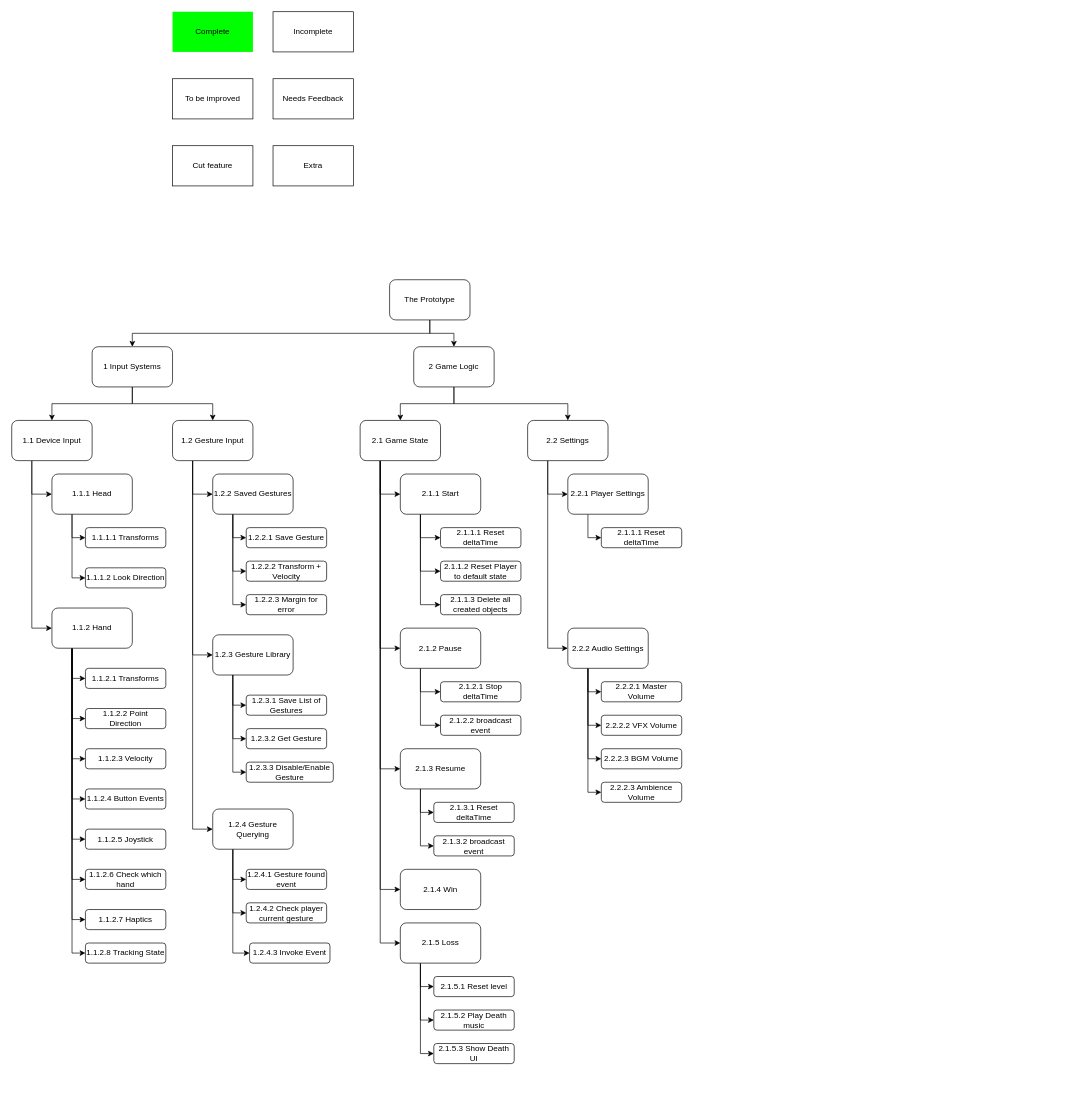
The draw.io diagram VRDiagrams.drawio in Afronomical/Avatar-VR-Game, before the edit. Source tidied: cells renumbered, new cells numbered last; positions are measured from the earlier drawing's top-left corner, leaving out a move shared by most shapes. Both pictures are drawn from the tidied source at 67%, with x=0, y=0 at pixel (11, 11).
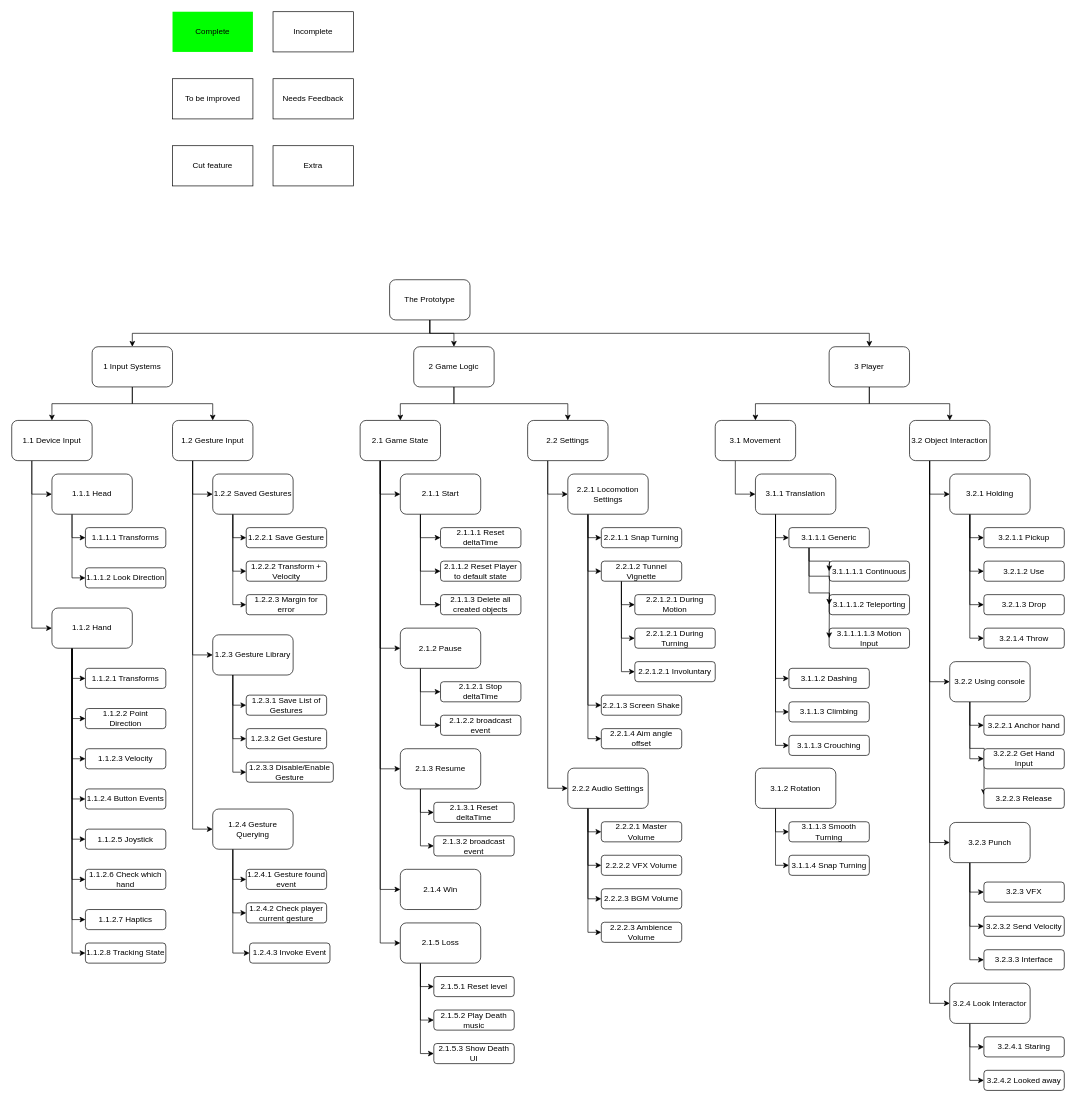
The same diagram, later.

Commit message:
WBS: Added Player

Unchanged cells that the change refers to:
```xml
<mxCell id="10" value="The Prototype" style="rounded=1;whiteSpace=wrap;html=1;" parent="1" vertex="1">
  <mxGeometry x="564" y="400" width="120" height="60" as="geometry" />
</mxCell>
<mxCell id="100" value="2.2 Settings" style="rounded=1;whiteSpace=wrap;html=1;" parent="1" vertex="1">
  <mxGeometry x="770" y="610" width="120" height="60" as="geometry" />
</mxCell>
```

Change to the diagram source:
```diff
@@
+    <mxCell id="113" style="edgeStyle=orthogonalEdgeStyle;rounded=0;jettySize=auto;html=1;exitX=0.5;exitY=1;exitDx=0;exitDy=0;" parent="1" edge="1" source="10" target="132">
+      <mxGeometry relative="1" as="geometry" />
+    </mxCell>
@@
-    <mxCell id="98" style="edgeStyle=orthogonalEdgeStyle;rounded=0;jettySize=auto;html=1;exitX=0.25;exitY=1;exitDx=0;exitDy=0;entryX=0;entryY=0.5;entryDx=0;entryDy=0;" parent="1" edge="1" source="100" target="102">
-      <mxGeometry relative="1" as="geometry" />
-    </mxCell>
@@
+    <mxCell id="114" style="edgeStyle=orthogonalEdgeStyle;rounded=0;jettySize=auto;html=1;exitX=0.25;exitY=1;exitDx=0;exitDy=0;entryX=0;entryY=0.5;entryDx=0;entryDy=0;" parent="1" edge="1" source="100" target="119">
+      <mxGeometry relative="1" as="geometry" />
+    </mxCell>
@@
-    <mxCell id="101" style="edgeStyle=orthogonalEdgeStyle;rounded=0;jettySize=auto;html=1;exitX=0.25;exitY=1;exitDx=0;exitDy=0;entryX=0;entryY=0.5;entryDx=0;entryDy=0;" parent="1" edge="1" source="102" target="103">
-      <mxGeometry relative="1" as="geometry" />
+    <mxCell id="101" style="edgeStyle=orthogonalEdgeStyle;rounded=0;orthogonalLoop=1;jettySize=auto;html=1;exitX=0.25;exitY=1;exitDx=0;exitDy=0;entryX=0;entryY=0.5;entryDx=0;entryDy=0;" parent="1" edge="1">
+      <mxGeometry relative="1" as="geometry">
+        <mxPoint x="860" y="750" as="sourcePoint" />
+      </mxGeometry>
     </mxCell>
-    <mxCell id="102" value="2.2.1 Player Settings" style="rounded=1;whiteSpace=wrap;html=1;" parent="1" vertex="1">
-      <mxGeometry x="830" y="690" width="120" height="60" as="geometry" />
-    </mxCell>
-    <mxCell id="103" value="2.1.1.1 Reset deltaTime" style="rounded=1;whiteSpace=wrap;html=1;" parent="1" vertex="1">
-      <mxGeometry x="880" y="770" width="120" height="30" as="geometry" />
-    </mxCell>
@@
     <mxCell id="108" value="2.2.2 Audio Settings" style="rounded=1;whiteSpace=wrap;html=1;" parent="1" vertex="1">
-      <mxGeometry x="830" y="920" width="120" height="60" as="geometry" />
+      <mxGeometry x="830" y="1129" width="120" height="60" as="geometry" />
     </mxCell>
     <mxCell id="109" value="2.2.2.1 Master Volume" style="rounded=1;whiteSpace=wrap;html=1;" parent="1" vertex="1">
-      <mxGeometry x="880" y="1000" width="120" height="30" as="geometry" />
+      <mxGeometry x="880" y="1209" width="120" height="30" as="geometry" />
     </mxCell>
     <mxCell id="110" value="2.2.2.2 VFX Volume" style="rounded=1;whiteSpace=wrap;html=1;" parent="1" vertex="1">
-      <mxGeometry x="880" y="1050" width="120" height="30" as="geometry" />
+      <mxGeometry x="880" y="1259" width="120" height="30" as="geometry" />
     </mxCell>
     <mxCell id="111" value="2.2.2.3 BGM Volume" style="rounded=1;whiteSpace=wrap;html=1;" parent="1" vertex="1">
-      <mxGeometry x="880" y="1100" width="120" height="30" as="geometry" />
+      <mxGeometry x="880" y="1309" width="120" height="30" as="geometry" />
     </mxCell>
     <mxCell id="112" value="2.2.2.3 Ambience Volume" style="rounded=1;whiteSpace=wrap;html=1;" parent="1" vertex="1">
-      <mxGeometry x="880" y="1150" width="120" height="30" as="geometry" />
+      <mxGeometry x="880" y="1359" width="120" height="30" as="geometry" />
     </mxCell>
+    <mxCell id="115" style="edgeStyle=orthogonalEdgeStyle;rounded=0;jettySize=auto;html=1;exitX=0.25;exitY=1;exitDx=0;exitDy=0;entryX=0;entryY=0.5;entryDx=0;entryDy=0;" parent="1" edge="1" source="119" target="120">
+      <mxGeometry relative="1" as="geometry" />
+    </mxCell>
+    <mxCell id="116" style="edgeStyle=orthogonalEdgeStyle;rounded=0;jettySize=auto;html=1;exitX=0.25;exitY=1;exitDx=0;exitDy=0;entryX=0;entryY=0.5;entryDx=0;entryDy=0;" parent="1" edge="1" source="119" target="124">
+      <mxGeometry relative="1" as="geometry" />
+    </mxCell>
+    <mxCell id="117" style="edgeStyle=orthogonalEdgeStyle;rounded=0;jettySize=auto;html=1;exitX=0.25;exitY=1;exitDx=0;exitDy=0;entryX=0;entryY=0.5;entryDx=0;entryDy=0;" parent="1" edge="1" source="119" target="128">
+      <mxGeometry relative="1" as="geometry" />
+    </mxCell>
+    <mxCell id="118" style="edgeStyle=orthogonalEdgeStyle;rounded=0;jettySize=auto;html=1;exitX=0.25;exitY=1;exitDx=0;exitDy=0;entryX=0;entryY=0.5;entryDx=0;entryDy=0;" parent="1" edge="1" source="119" target="129">
+      <mxGeometry relative="1" as="geometry" />
+    </mxCell>
+    <mxCell id="119" value="2.2.1 Locomotion Settings" style="rounded=1;whiteSpace=wrap;html=1;" parent="1" vertex="1">
+      <mxGeometry x="830" y="690" width="120" height="60" as="geometry" />
+    </mxCell>
+    <mxCell id="120" value="2.2.1.1 Snap Turning" style="rounded=1;whiteSpace=wrap;html=1;" parent="1" vertex="1">
+      <mxGeometry x="880" y="770" width="120" height="30" as="geometry" />
+    </mxCell>
+    <mxCell id="121" style="edgeStyle=orthogonalEdgeStyle;rounded=0;jettySize=auto;html=1;exitX=0.25;exitY=1;exitDx=0;exitDy=0;entryX=0;entryY=0.5;entryDx=0;entryDy=0;" parent="1" edge="1" source="124" target="125">
+      <mxGeometry relative="1" as="geometry" />
+    </mxCell>
+    <mxCell id="122" style="edgeStyle=orthogonalEdgeStyle;rounded=0;jettySize=auto;html=1;exitX=0.25;exitY=1;exitDx=0;exitDy=0;entryX=0;entryY=0.5;entryDx=0;entryDy=0;" parent="1" edge="1" source="124" target="126">
+      <mxGeometry relative="1" as="geometry" />
+    </mxCell>
+    <mxCell id="123" style="edgeStyle=orthogonalEdgeStyle;rounded=0;jettySize=auto;html=1;exitX=0.25;exitY=1;exitDx=0;exitDy=0;entryX=0;entryY=0.5;entryDx=0;entryDy=0;" parent="1" edge="1" source="124" target="127">
+      <mxGeometry relative="1" as="geometry" />
+    </mxCell>
+    <mxCell id="124" value="2.2.1.2 Tunnel Vignette" style="rounded=1;whiteSpace=wrap;html=1;" parent="1" vertex="1">
+      <mxGeometry x="880" y="820" width="120" height="30" as="geometry" />
+    </mxCell>
+    <mxCell id="125" value="2.2.1.2.1 During Motion" style="rounded=1;whiteSpace=wrap;html=1;" parent="1" vertex="1">
+      <mxGeometry x="930" y="870" width="120" height="30" as="geometry" />
+    </mxCell>
+    <mxCell id="126" value="2.2.1.2.1 During Turning" style="rounded=1;whiteSpace=wrap;html=1;" parent="1" vertex="1">
+      <mxGeometry x="930" y="920" width="120" height="30" as="geometry" />
+    </mxCell>
+    <mxCell id="127" value="2.2.1.2.1 Involuntary" style="rounded=1;whiteSpace=wrap;html=1;" parent="1" vertex="1">
+      <mxGeometry x="930" y="970" width="120" height="30" as="geometry" />
+    </mxCell>
+    <mxCell id="128" value="2.2.1.3 Screen Shake" style="rounded=1;whiteSpace=wrap;html=1;" parent="1" vertex="1">
+      <mxGeometry x="880" y="1020" width="120" height="30" as="geometry" />
+    </mxCell>
+    <mxCell id="129" value="2.2.1.4 Aim angle offset" style="rounded=1;whiteSpace=wrap;html=1;" parent="1" vertex="1">
+      <mxGeometry x="880" y="1070" width="120" height="30" as="geometry" />
+    </mxCell>
+    <mxCell id="130" style="edgeStyle=orthogonalEdgeStyle;rounded=0;jettySize=auto;html=1;exitX=0.5;exitY=1;exitDx=0;exitDy=0;entryX=0.5;entryY=0;entryDx=0;entryDy=0;" parent="1" edge="1" source="132" target="134">
+      <mxGeometry relative="1" as="geometry" />
+    </mxCell>
+    <mxCell id="131" style="edgeStyle=orthogonalEdgeStyle;rounded=0;jettySize=auto;html=1;exitX=0.5;exitY=1;exitDx=0;exitDy=0;entryX=0.5;entryY=0;entryDx=0;entryDy=0;" parent="1" edge="1" source="132" target="159">
+      <mxGeometry relative="1" as="geometry" />
+    </mxCell>
+    <mxCell id="132" value="3 Player" style="rounded=1;whiteSpace=wrap;html=1;" parent="1" vertex="1">
+      <mxGeometry x="1220" y="500" width="120" height="60" as="geometry" />
+    </mxCell>
+    <mxCell id="133" style="edgeStyle=orthogonalEdgeStyle;rounded=0;jettySize=auto;html=1;exitX=0.25;exitY=1;exitDx=0;exitDy=0;entryX=0;entryY=0.5;entryDx=0;entryDy=0;" parent="1" edge="1" source="134" target="139">
+      <mxGeometry relative="1" as="geometry" />
+    </mxCell>
+    <mxCell id="134" value="3.1 Movement" style="rounded=1;whiteSpace=wrap;html=1;" parent="1" vertex="1">
+      <mxGeometry x="1050" y="610" width="120" height="60" as="geometry" />
+    </mxCell>
+    <mxCell id="135" style="edgeStyle=orthogonalEdgeStyle;rounded=0;jettySize=auto;html=1;exitX=0.25;exitY=1;exitDx=0;exitDy=0;entryX=0;entryY=0.5;entryDx=0;entryDy=0;" parent="1" edge="1" source="139" target="146">
+      <mxGeometry relative="1" as="geometry" />
+    </mxCell>
+    <mxCell id="136" style="edgeStyle=orthogonalEdgeStyle;rounded=0;jettySize=auto;html=1;exitX=0.25;exitY=1;exitDx=0;exitDy=0;entryX=0;entryY=0.5;entryDx=0;entryDy=0;" parent="1" edge="1" source="139" target="147">
+      <mxGeometry relative="1" as="geometry" />
+    </mxCell>
+    <mxCell id="137" style="edgeStyle=orthogonalEdgeStyle;rounded=0;jettySize=auto;html=1;exitX=0.25;exitY=1;exitDx=0;exitDy=0;entryX=0;entryY=0.5;entryDx=0;entryDy=0;" parent="1" edge="1" source="139" target="148">
+      <mxGeometry relative="1" as="geometry" />
+    </mxCell>
+    <mxCell id="138" style="edgeStyle=orthogonalEdgeStyle;rounded=0;jettySize=auto;html=1;exitX=0.25;exitY=1;exitDx=0;exitDy=0;entryX=0;entryY=0.5;entryDx=0;entryDy=0;" parent="1" edge="1" source="139" target="149">
+      <mxGeometry relative="1" as="geometry" />
+    </mxCell>
+    <mxCell id="139" value="3.1.1 Translation" style="rounded=1;whiteSpace=wrap;html=1;" parent="1" vertex="1">
+      <mxGeometry x="1110" y="690" width="120" height="60" as="geometry" />
+    </mxCell>
+    <mxCell id="140" value="3.1.1.1.1 Continuous" style="rounded=1;whiteSpace=wrap;html=1;" parent="1" vertex="1">
+      <mxGeometry x="1220" y="820" width="120" height="30" as="geometry" />
+    </mxCell>
+    <mxCell id="141" value="3.1.1.1.2 Teleporting" style="rounded=1;whiteSpace=wrap;html=1;" parent="1" vertex="1">
+      <mxGeometry x="1220" y="870" width="120" height="30" as="geometry" />
+    </mxCell>
+    <mxCell id="142" value="3.1.1.1.1.3 Motion Input" style="rounded=1;whiteSpace=wrap;html=1;" parent="1" vertex="1">
+      <mxGeometry x="1220" y="920" width="120" height="30" as="geometry" />
+    </mxCell>
+    <mxCell id="143" style="edgeStyle=orthogonalEdgeStyle;rounded=0;jettySize=auto;html=1;exitX=0.25;exitY=1;exitDx=0;exitDy=0;entryX=0;entryY=0.5;entryDx=0;entryDy=0;" parent="1" edge="1" source="146">
+      <mxGeometry relative="1" as="geometry">
+        <mxPoint x="1220" y="835" as="targetPoint" />
+      </mxGeometry>
+    </mxCell>
+    <mxCell id="144" style="edgeStyle=orthogonalEdgeStyle;rounded=0;jettySize=auto;html=1;exitX=0.25;exitY=1;exitDx=0;exitDy=0;entryX=0;entryY=0.5;entryDx=0;entryDy=0;" parent="1" edge="1" source="146">
+      <mxGeometry relative="1" as="geometry">
+        <mxPoint x="1220" y="885" as="targetPoint" />
+      </mxGeometry>
+    </mxCell>
+    <mxCell id="145" style="edgeStyle=orthogonalEdgeStyle;rounded=0;jettySize=auto;html=1;exitX=0.25;exitY=1;exitDx=0;exitDy=0;entryX=0;entryY=0.5;entryDx=0;entryDy=0;" parent="1" edge="1" source="146">
+      <mxGeometry relative="1" as="geometry">
+        <mxPoint x="1220" y="935" as="targetPoint" />
+      </mxGeometry>
+    </mxCell>
+    <mxCell id="146" value="3.1.1.1 Generic" style="rounded=1;whiteSpace=wrap;html=1;" parent="1" vertex="1">
+      <mxGeometry x="1160" y="770" width="120" height="30" as="geometry" />
+    </mxCell>
+    <mxCell id="147" value="3.1.1.2 Dashing" style="rounded=1;whiteSpace=wrap;html=1;" parent="1" vertex="1">
+      <mxGeometry x="1160" y="980" width="120" height="30" as="geometry" />
+    </mxCell>
+    <mxCell id="148" value="3.1.1.3 Climbing" style="rounded=1;whiteSpace=wrap;html=1;" parent="1" vertex="1">
+      <mxGeometry x="1160" y="1030" width="120" height="30" as="geometry" />
+    </mxCell>
+    <mxCell id="149" value="3.1.1.3 Crouching" style="rounded=1;whiteSpace=wrap;html=1;" parent="1" vertex="1">
+      <mxGeometry x="1160" y="1080" width="120" height="30" as="geometry" />
+    </mxCell>
+    <mxCell id="150" style="edgeStyle=orthogonalEdgeStyle;rounded=0;jettySize=auto;html=1;exitX=0.25;exitY=1;exitDx=0;exitDy=0;entryX=0;entryY=0.5;entryDx=0;entryDy=0;" parent="1" edge="1" source="152" target="153">
+      <mxGeometry relative="1" as="geometry" />
+    </mxCell>
+    <mxCell id="151" style="edgeStyle=orthogonalEdgeStyle;rounded=0;jettySize=auto;html=1;exitX=0.25;exitY=1;exitDx=0;exitDy=0;entryX=0;entryY=0.5;entryDx=0;entryDy=0;" parent="1" edge="1" source="152" target="154">
+      <mxGeometry relative="1" as="geometry" />
+    </mxCell>
+    <mxCell id="152" value="3.1.2 Rotation" style="rounded=1;whiteSpace=wrap;html=1;" parent="1" vertex="1">
+      <mxGeometry x="1110" y="1129" width="120" height="60" as="geometry" />
+    </mxCell>
+    <mxCell id="153" value="3.1.1.3 Smooth Turning" style="rounded=1;whiteSpace=wrap;html=1;" parent="1" vertex="1">
+      <mxGeometry x="1160" y="1209" width="120" height="30" as="geometry" />
+    </mxCell>
+    <mxCell id="154" value="3.1.1.4 Snap Turning" style="rounded=1;whiteSpace=wrap;html=1;" parent="1" vertex="1">
+      <mxGeometry x="1160" y="1259" width="120" height="30" as="geometry" />
+    </mxCell>
+    <mxCell id="155" style="edgeStyle=orthogonalEdgeStyle;rounded=0;jettySize=auto;html=1;exitX=0.25;exitY=1;exitDx=0;exitDy=0;entryX=0;entryY=0.5;entryDx=0;entryDy=0;" parent="1" edge="1" source="159" target="164">
+      <mxGeometry relative="1" as="geometry" />
+    </mxCell>
+    <mxCell id="156" style="edgeStyle=orthogonalEdgeStyle;rounded=0;jettySize=auto;html=1;exitX=0.25;exitY=1;exitDx=0;exitDy=0;entryX=0;entryY=0.5;entryDx=0;entryDy=0;" parent="1" edge="1" source="159" target="172">
+      <mxGeometry relative="1" as="geometry" />
+    </mxCell>
+    <mxCell id="157" style="edgeStyle=orthogonalEdgeStyle;rounded=0;jettySize=auto;html=1;exitX=0.25;exitY=1;exitDx=0;exitDy=0;entryX=0;entryY=0.5;entryDx=0;entryDy=0;" parent="1" edge="1" source="159" target="179">
+      <mxGeometry relative="1" as="geometry" />
+    </mxCell>
+    <mxCell id="158" style="edgeStyle=orthogonalEdgeStyle;rounded=0;jettySize=auto;html=1;exitX=0.25;exitY=1;exitDx=0;exitDy=0;entryX=0;entryY=0.5;entryDx=0;entryDy=0;" parent="1" edge="1" source="159" target="185">
+      <mxGeometry relative="1" as="geometry" />
+    </mxCell>
+    <mxCell id="159" value="3.2 Object Interaction" style="rounded=1;whiteSpace=wrap;html=1;" parent="1" vertex="1">
+      <mxGeometry x="1340" y="610" width="120" height="60" as="geometry" />
+    </mxCell>
+    <mxCell id="160" style="edgeStyle=orthogonalEdgeStyle;rounded=0;jettySize=auto;html=1;exitX=0.25;exitY=1;exitDx=0;exitDy=0;entryX=0;entryY=0.5;entryDx=0;entryDy=0;" parent="1" edge="1" source="164" target="165">
+      <mxGeometry relative="1" as="geometry" />
+    </mxCell>
+    <mxCell id="161" style="edgeStyle=orthogonalEdgeStyle;rounded=0;jettySize=auto;html=1;exitX=0.25;exitY=1;exitDx=0;exitDy=0;entryX=0;entryY=0.5;entryDx=0;entryDy=0;" parent="1" edge="1" source="164" target="166">
+      <mxGeometry relative="1" as="geometry" />
+    </mxCell>
+    <mxCell id="162" style="edgeStyle=orthogonalEdgeStyle;rounded=0;jettySize=auto;html=1;exitX=0.25;exitY=1;exitDx=0;exitDy=0;entryX=0;entryY=0.5;entryDx=0;entryDy=0;" parent="1" edge="1" source="164" target="167">
+      <mxGeometry relative="1" as="geometry" />
+    </mxCell>
+    <mxCell id="163" style="edgeStyle=orthogonalEdgeStyle;rounded=0;jettySize=auto;html=1;exitX=0.25;exitY=1;exitDx=0;exitDy=0;entryX=0;entryY=0.5;entryDx=0;entryDy=0;" parent="1" edge="1" source="164" target="168">
+      <mxGeometry relative="1" as="geometry" />
+    </mxCell>
+    <mxCell id="164" value="3.2.1 Holding" style="rounded=1;whiteSpace=wrap;html=1;" parent="1" vertex="1">
+      <mxGeometry x="1400" y="690" width="120" height="60" as="geometry" />
+    </mxCell>
+    <mxCell id="165" value="3.2.1.1 Pickup" style="rounded=1;whiteSpace=wrap;html=1;" parent="1" vertex="1">
+      <mxGeometry x="1451" y="770" width="120" height="30" as="geometry" />
+    </mxCell>
+    <mxCell id="166" value="3.2.1.2 Use" style="rounded=1;whiteSpace=wrap;html=1;" parent="1" vertex="1">
+      <mxGeometry x="1451" y="820" width="120" height="30" as="geometry" />
+    </mxCell>
+    <mxCell id="167" value="3.2.1.3 Drop" style="rounded=1;whiteSpace=wrap;html=1;" parent="1" vertex="1">
+      <mxGeometry x="1451" y="870" width="120" height="30" as="geometry" />
+    </mxCell>
+    <mxCell id="168" value="3.2.1.4 Throw" style="rounded=1;whiteSpace=wrap;html=1;" parent="1" vertex="1">
+      <mxGeometry x="1451" y="920" width="120" height="30" as="geometry" />
+    </mxCell>
+    <mxCell id="169" style="edgeStyle=orthogonalEdgeStyle;rounded=0;jettySize=auto;html=1;exitX=0.25;exitY=1;exitDx=0;exitDy=0;entryX=0;entryY=0.5;entryDx=0;entryDy=0;" parent="1" edge="1" source="172" target="173">
+      <mxGeometry relative="1" as="geometry" />
+    </mxCell>
+    <mxCell id="170" style="edgeStyle=orthogonalEdgeStyle;rounded=0;jettySize=auto;html=1;exitX=0.25;exitY=1;exitDx=0;exitDy=0;entryX=0;entryY=0.5;entryDx=0;entryDy=0;" parent="1" edge="1" source="172" target="174">
+      <mxGeometry relative="1" as="geometry" />
+    </mxCell>
+    <mxCell id="171" style="edgeStyle=orthogonalEdgeStyle;rounded=0;jettySize=auto;html=1;exitX=0.25;exitY=1;exitDx=0;exitDy=0;entryX=0;entryY=0.5;entryDx=0;entryDy=0;" parent="1" edge="1" source="172">
+      <mxGeometry relative="1" as="geometry">
+        <mxPoint x="1451" y="1169" as="targetPoint" />
+      </mxGeometry>
+    </mxCell>
+    <mxCell id="172" value="3.2.2 Using console" style="rounded=1;whiteSpace=wrap;html=1;" parent="1" vertex="1">
+      <mxGeometry x="1400" y="970" width="120" height="60" as="geometry" />
+    </mxCell>
+    <mxCell id="173" value="3.2.2.1 Anchor hand" style="rounded=1;whiteSpace=wrap;html=1;" parent="1" vertex="1">
+      <mxGeometry x="1451" y="1050" width="120" height="30" as="geometry" />
+    </mxCell>
+    <mxCell id="174" value="3.2.2.2 Get Hand Input" style="rounded=1;whiteSpace=wrap;html=1;" parent="1" vertex="1">
+      <mxGeometry x="1451" y="1100" width="120" height="30" as="geometry" />
+    </mxCell>
+    <mxCell id="175" value="3.2.2.3 Release" style="rounded=1;whiteSpace=wrap;html=1;" parent="1" vertex="1">
+      <mxGeometry x="1451" y="1159" width="120" height="30" as="geometry" />
+    </mxCell>
+    <mxCell id="176" style="edgeStyle=orthogonalEdgeStyle;rounded=0;jettySize=auto;html=1;exitX=0.25;exitY=1;exitDx=0;exitDy=0;entryX=0;entryY=0.5;entryDx=0;entryDy=0;" parent="1" edge="1" source="179" target="180">
+      <mxGeometry relative="1" as="geometry" />
+    </mxCell>
+    <mxCell id="177" style="edgeStyle=orthogonalEdgeStyle;rounded=0;jettySize=auto;html=1;exitX=0.25;exitY=1;exitDx=0;exitDy=0;entryX=0;entryY=0.5;entryDx=0;entryDy=0;" parent="1" edge="1" source="179" target="181">
+      <mxGeometry relative="1" as="geometry" />
+    </mxCell>
+    <mxCell id="178" style="edgeStyle=orthogonalEdgeStyle;rounded=0;jettySize=auto;html=1;exitX=0.25;exitY=1;exitDx=0;exitDy=0;entryX=0;entryY=0.5;entryDx=0;entryDy=0;" parent="1" edge="1" source="179" target="182">
+      <mxGeometry relative="1" as="geometry" />
+    </mxCell>
+    <mxCell id="179" value="3.2.3 Punch" style="rounded=1;whiteSpace=wrap;html=1;" parent="1" vertex="1">
+      <mxGeometry x="1400" y="1210" width="120" height="60" as="geometry" />
+    </mxCell>
+    <mxCell id="180" value="3.2.3 VFX" style="rounded=1;whiteSpace=wrap;html=1;" parent="1" vertex="1">
+      <mxGeometry x="1451" y="1299" width="120" height="30" as="geometry" />
+    </mxCell>
+    <mxCell id="181" value="3.2.3.2 Send Velocity" style="rounded=1;whiteSpace=wrap;html=1;" parent="1" vertex="1">
+      <mxGeometry x="1451" y="1350" width="120" height="30" as="geometry" />
+    </mxCell>
+    <mxCell id="182" value="3.2.3.3 Interface" style="rounded=1;whiteSpace=wrap;html=1;" parent="1" vertex="1">
+      <mxGeometry x="1451" y="1400" width="120" height="30" as="geometry" />
+    </mxCell>
+    <mxCell id="183" style="edgeStyle=orthogonalEdgeStyle;rounded=0;jettySize=auto;html=1;exitX=0.25;exitY=1;exitDx=0;exitDy=0;entryX=0;entryY=0.5;entryDx=0;entryDy=0;" parent="1" edge="1" source="185" target="186">
+      <mxGeometry relative="1" as="geometry" />
+    </mxCell>
+    <mxCell id="184" style="edgeStyle=orthogonalEdgeStyle;rounded=0;jettySize=auto;html=1;exitX=0.25;exitY=1;exitDx=0;exitDy=0;entryX=0;entryY=0.5;entryDx=0;entryDy=0;" parent="1" edge="1" source="185" target="187">
+      <mxGeometry relative="1" as="geometry" />
+    </mxCell>
+    <mxCell id="185" value="3.2.4 Look Interactor" style="rounded=1;whiteSpace=wrap;html=1;" parent="1" vertex="1">
+      <mxGeometry x="1400" y="1450" width="120" height="60" as="geometry" />
+    </mxCell>
+    <mxCell id="186" value="3.2.4.1 Staring" style="rounded=1;whiteSpace=wrap;html=1;" parent="1" vertex="1">
+      <mxGeometry x="1451" y="1530" width="120" height="30" as="geometry" />
+    </mxCell>
+    <mxCell id="187" value="3.2.4.2 Looked away" style="rounded=1;whiteSpace=wrap;html=1;" parent="1" vertex="1">
+      <mxGeometry x="1451" y="1580" width="120" height="30" as="geometry" />
+    </mxCell>
```
